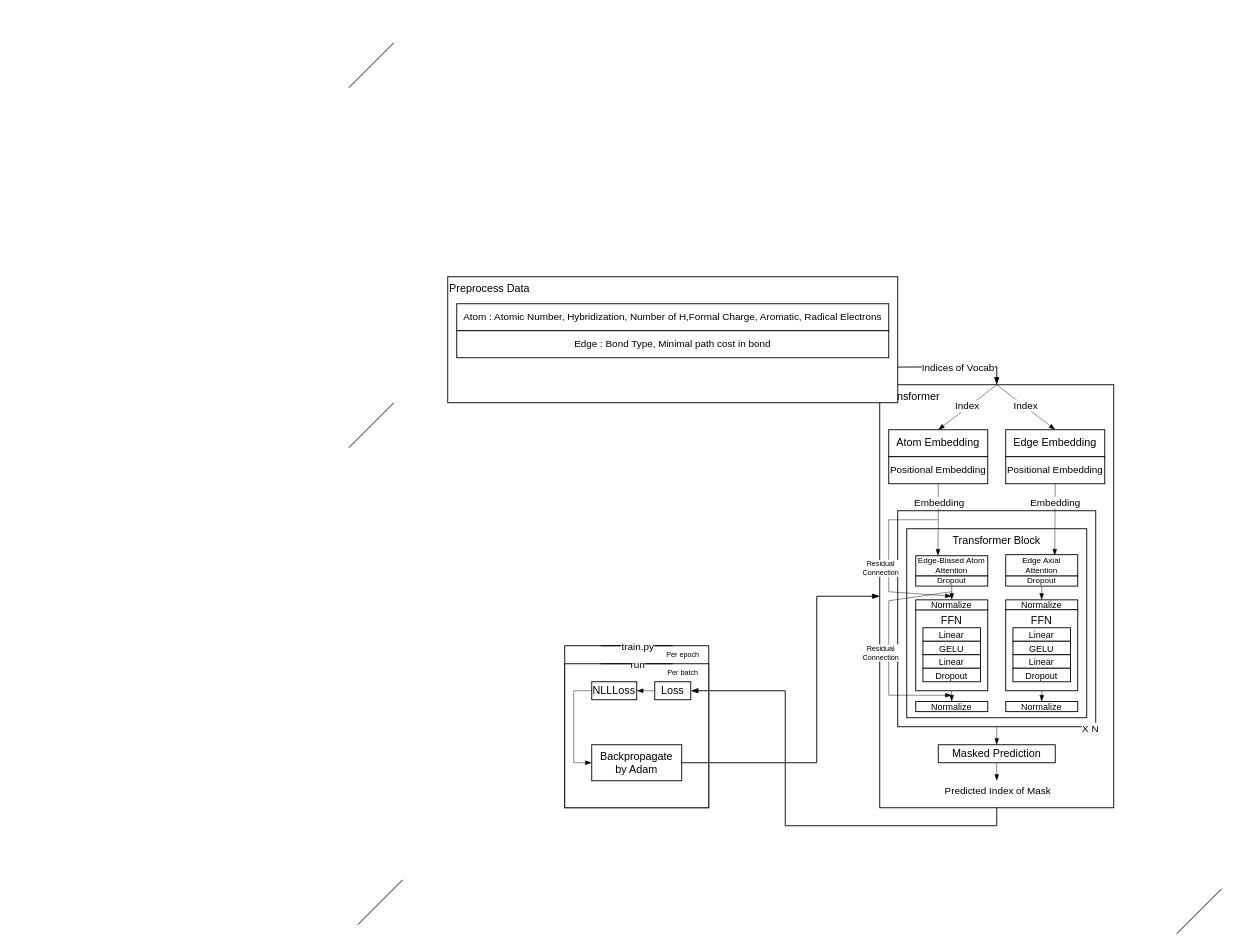
rladbtls1998/public_temp keeps this draw.io diagram as ligemb_model_structure_2.drawio. Above is the earlier version. Source tidied: cells renumbered, new cells numbered last; positions are measured from the earlier drawing's top-left corner, leaving out a move shared by most shapes. Both pictures are drawn from the tidied source at 90%, with x=0, y=0 at pixel (348, 42).
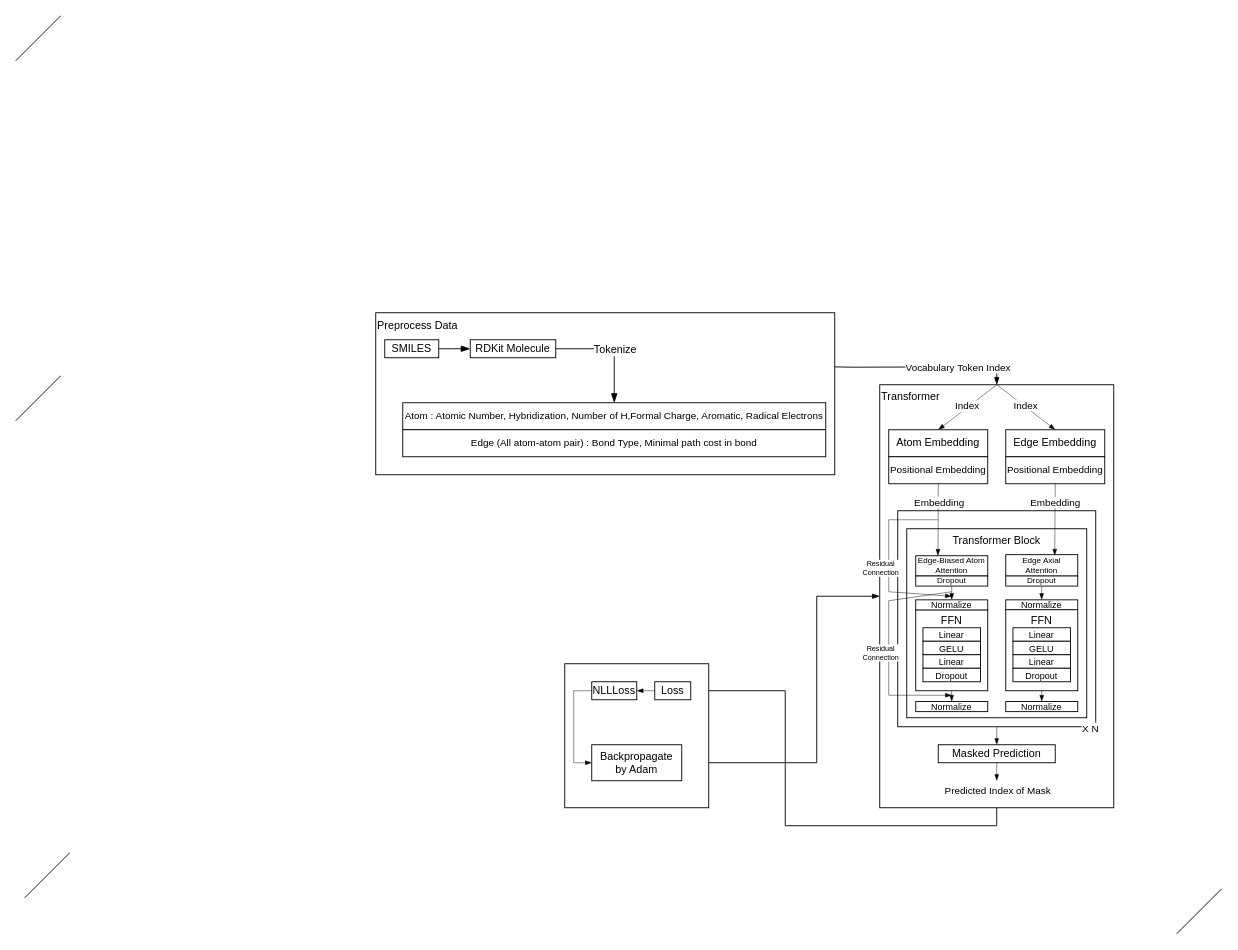
Above is the later version.

Commit message:
ligemb_presentation

The change refers to these unchanged cells:
```xml
<mxCell id="5" style="rounded=0;jettySize=auto;html=1;entryX=0.5;entryY=0;entryDx=0;entryDy=0;edgeStyle=orthogonalEdgeStyle;elbow=vertical;endArrow=blockThin;endFill=1;" parent="1" edge="1" target="2">
  <mxGeometry relative="1" as="geometry">
    <mxPoint x="530" y="360" as="sourcePoint" />
  </mxGeometry>
</mxCell>
```

The edit, as a diff of the source:
```diff
@@
-    <mxCell id="6" value="Indices of Vocab" style="edgeLabel;html=1;align=center;verticalAlign=middle;" parent="5" vertex="1">
+    <mxCell id="6" value="Vocabulary Token Index" style="edgeLabel;html=1;align=center;verticalAlign=middle;" parent="5" vertex="1">
       <mxGeometry x="0.4" relative="1" as="geometry" />
     </mxCell>
@@
-    <mxCell id="13" style="group;" parent="1" vertex="1">
-      <mxGeometry x="240" y="670" width="160" height="180" as="geometry" />
-    </mxCell>
-    <mxCell id="14" style="rounded=0;whiteSpace=wrap;html=1;verticalAlign=top;align=left;spacingLeft=1;" parent="13" vertex="1">
-      <mxGeometry width="160" height="180" as="geometry" />
-    </mxCell>
-    <mxCell id="15" style="endArrow=none;html=1;rounded=0;entryX=0.75;entryY=0;entryDx=0;entryDy=0;exitX=0.25;exitY=0;exitDx=0;exitDy=0;" parent="13" edge="1" source="14" target="14">
-      <mxGeometry relative="1" as="geometry" />
-    </mxCell>
-    <mxCell id="16" value="train.py" style="edgeLabel;html=1;align=center;verticalAlign=middle;" parent="15" vertex="1">
-      <mxGeometry relative="1" as="geometry" />
-    </mxCell>
-    <mxCell id="17" style="endArrow=none;html=1;rounded=0;exitX=0.448;exitY=0;exitDx=0;exitDy=0;exitPerimeter=0;entryX=0.528;entryY=0;entryDx=0;entryDy=0;entryPerimeter=0;fontSize=7;" parent="13" edge="1">
-      <mxGeometry relative="1" as="geometry">
-        <mxPoint x="118" y="9.8" as="sourcePoint" />
-        <mxPoint x="142" y="9.8" as="targetPoint" />
-      </mxGeometry>
-    </mxCell>
-    <mxCell id="18" value="Per epoch" style="edgeLabel;html=1;align=center;verticalAlign=middle;fontSize=8;" parent="17" vertex="1">
-      <mxGeometry relative="1" as="geometry" />
-    </mxCell>
-    <mxCell id="19" style="rounded=0;whiteSpace=wrap;html=1;verticalAlign=top;align=left;" parent="13" vertex="1">
-      <mxGeometry y="20" width="160" height="160" as="geometry" />
-    </mxCell>
-    <mxCell id="20" style="endArrow=none;html=1;rounded=0;entryX=0.75;entryY=0;entryDx=0;entryDy=0;exitX=0.25;exitY=0;exitDx=0;exitDy=0;" parent="13" edge="1" source="19" target="19">
-      <mxGeometry relative="1" as="geometry" />
-    </mxCell>
-    <mxCell id="21" value="run" style="edgeLabel;html=1;align=center;verticalAlign=middle;" parent="20" vertex="1">
-      <mxGeometry relative="1" as="geometry" />
-    </mxCell>
-    <mxCell id="22" style="endArrow=none;html=1;rounded=0;exitX=0.448;exitY=0;exitDx=0;exitDy=0;exitPerimeter=0;entryX=0.528;entryY=0;entryDx=0;entryDy=0;entryPerimeter=0;fontSize=7;" parent="13" edge="1">
-      <mxGeometry relative="1" as="geometry">
-        <mxPoint x="118" y="29.8" as="sourcePoint" />
-        <mxPoint x="142" y="29.8" as="targetPoint" />
-      </mxGeometry>
-    </mxCell>
-    <mxCell id="23" value="Per batch" style="edgeLabel;html=1;align=center;verticalAlign=middle;fontSize=8;" parent="22" vertex="1">
-      <mxGeometry relative="1" as="geometry" />
-    </mxCell>
-    <mxCell id="24" value="Loss" style="rounded=0;whiteSpace=wrap;html=1;" parent="13" vertex="1">
-      <mxGeometry x="100" y="40" width="40" height="20" as="geometry" />
-    </mxCell>
-    <mxCell id="25" style="edgeStyle=orthogonalEdgeStyle;rounded=0;jettySize=auto;html=1;exitX=0;exitY=0.5;exitDx=0;exitDy=0;entryX=1;entryY=0.5;entryDx=0;entryDy=0;strokeWidth=0.5;endArrow=blockThin;endFill=1;" parent="13" edge="1" source="24" target="27">
-      <mxGeometry relative="1" as="geometry" />
-    </mxCell>
-    <mxCell id="26" style="edgeStyle=orthogonalEdgeStyle;rounded=0;jettySize=auto;html=1;exitX=0;exitY=0.5;exitDx=0;exitDy=0;entryX=0;entryY=0.5;entryDx=0;entryDy=0;strokeWidth=0.5;endArrow=blockThin;endFill=1;" parent="13" edge="1" source="27" target="28">
-      <mxGeometry relative="1" as="geometry" />
-    </mxCell>
-    <mxCell id="27" value="NLLLoss" style="rounded=0;whiteSpace=wrap;html=1;" parent="13" vertex="1">
-      <mxGeometry x="30" y="40" width="50" height="20" as="geometry" />
-    </mxCell>
-    <mxCell id="28" value="Backpropagate&lt;div&gt;by Adam&lt;/div&gt;" style="rounded=0;whiteSpace=wrap;html=1;" parent="13" vertex="1">
-      <mxGeometry x="30" y="110" width="100" height="40" as="geometry" />
-    </mxCell>
@@
     <mxCell id="31" style="endArrow=none;html=1;rounded=0;" parent="1" edge="1">
       <mxGeometry relative="1" as="geometry">
-        <mxPoint y="450" as="sourcePoint" />
-        <mxPoint x="50" y="400" as="targetPoint" />
+        <mxPoint x="-370" y="420" as="sourcePoint" />
+        <mxPoint x="-320" y="370" as="targetPoint" />
       </mxGeometry>
     </mxCell>
@@
     <mxCell id="74" style="endArrow=none;html=1;rounded=0;" parent="1" edge="1">
       <mxGeometry relative="1" as="geometry">
-        <mxPoint y="50" as="sourcePoint" />
-        <mxPoint x="50" as="targetPoint" />
+        <mxPoint x="-370" y="20" as="sourcePoint" />
+        <mxPoint x="-320" y="-30" as="targetPoint" />
       </mxGeometry>
     </mxCell>
     <mxCell id="75" style="endArrow=none;html=1;rounded=0;" parent="1" edge="1">
       <mxGeometry relative="1" as="geometry">
-        <mxPoint x="10" y="980" as="sourcePoint" />
-        <mxPoint x="60" y="930" as="targetPoint" />
+        <mxPoint x="-360" y="950" as="sourcePoint" />
+        <mxPoint x="-310" y="900" as="targetPoint" />
       </mxGeometry>
     </mxCell>
@@
     <mxCell id="77" style="group;" parent="1" vertex="1">
-      <mxGeometry x="110" y="260" width="500" height="140" as="geometry" />
+      <mxGeometry x="30" y="300" width="510" height="180" as="geometry" />
     </mxCell>
     <mxCell id="78" value="Preprocess Data" style="rounded=0;whiteSpace=wrap;html=1;verticalAlign=top;align=left;" parent="77" vertex="1">
-      <mxGeometry width="500" height="140" as="geometry" />
+      <mxGeometry width="510" height="180" as="geometry" />
     </mxCell>
+    <mxCell id="81" value="SMILES" style="rounded=0;whiteSpace=wrap;html=1;" parent="77" vertex="1">
+      <mxGeometry x="10" y="30" width="60" height="20" as="geometry" />
+    </mxCell>
+    <mxCell id="82" style="edgeStyle=none;curved=1;rounded=0;jettySize=auto;html=1;exitX=1;exitY=0.5;exitDx=0;exitDy=0;entryX=0;entryY=0.5;entryDx=0;entryDy=0;fontSize=12;startSize=8;endSize=8;endArrow=blockThin;endFill=1;" parent="77" edge="1" source="81" target="85">
+      <mxGeometry relative="1" as="geometry" />
+    </mxCell>
+    <mxCell id="83" style="edgeStyle=elbowEdgeStyle;rounded=0;jettySize=auto;html=1;exitX=1;exitY=0.5;exitDx=0;exitDy=0;entryX=0.5;entryY=0;entryDx=0;entryDy=0;fontSize=12;startSize=8;endSize=8;elbow=vertical;endArrow=blockThin;endFill=1;" parent="77" edge="1" source="85" target="79">
+      <mxGeometry relative="1" as="geometry">
+        <Array as="points">
+          <mxPoint x="225" y="40" />
+        </Array>
+      </mxGeometry>
+    </mxCell>
+    <mxCell id="84" value="Tokenize" style="edgeLabel;html=1;align=center;verticalAlign=middle;fontSize=12;" parent="83" vertex="1">
+      <mxGeometry x="0.37" y="4" relative="1" as="geometry">
+        <mxPoint x="-4" y="-21" as="offset" />
+      </mxGeometry>
+    </mxCell>
+    <mxCell id="85" value="RDKit Molecule" style="rounded=0;whiteSpace=wrap;html=1;" parent="77" vertex="1">
+      <mxGeometry x="105" y="30" width="95" height="20" as="geometry" />
+    </mxCell>
+    <mxCell id="86" style="group;fontSize=10;" parent="77" vertex="1">
+      <mxGeometry x="20" y="100" width="480" height="70" as="geometry" />
+    </mxCell>
-    <mxCell id="79" value="Atom : Atomic Number, Hybridization, Number of H,Formal Charge, Aromatic, Radical Electrons" style="rounded=0;whiteSpace=wrap;html=1;fontSize=11;" parent="77" vertex="1">
-      <mxGeometry x="10" y="30" width="480" height="30" as="geometry" />
+    <mxCell id="79" value="Atom : Atomic Number, Hybridization, Number of H,Formal Charge, Aromatic, Radical Electrons" style="rounded=0;whiteSpace=wrap;html=1;fontSize=11;" parent="86" vertex="1">
+      <mxGeometry x="10" width="470" height="30" as="geometry" />
     </mxCell>
-    <mxCell id="80" value="Edge : Bond Type, Minimal path cost in bond" style="rounded=0;whiteSpace=wrap;html=1;fontSize=11;" parent="77" vertex="1">
-      <mxGeometry x="10" y="60" width="480" height="30" as="geometry" />
+    <mxCell id="80" value="Edge (All atom-atom pair) : Bond Type, Minimal path cost in bond" style="rounded=0;whiteSpace=wrap;html=1;fontSize=11;" parent="86" vertex="1">
+      <mxGeometry x="10" y="30" width="470" height="30" as="geometry" />
     </mxCell>
+    <mxCell id="87" style="group;" parent="1" vertex="1">
+      <mxGeometry x="240" y="690" width="160" height="160" as="geometry" />
+    </mxCell>
+    <mxCell id="19" style="rounded=0;whiteSpace=wrap;html=1;verticalAlign=top;align=left;" parent="87" vertex="1">
+      <mxGeometry width="160" height="160" as="geometry" />
+    </mxCell>
+    <mxCell id="24" value="Loss" style="rounded=0;whiteSpace=wrap;html=1;" parent="87" vertex="1">
+      <mxGeometry x="100" y="20" width="40" height="20" as="geometry" />
+    </mxCell>
+    <mxCell id="25" style="edgeStyle=orthogonalEdgeStyle;rounded=0;jettySize=auto;html=1;exitX=0;exitY=0.5;exitDx=0;exitDy=0;entryX=1;entryY=0.5;entryDx=0;entryDy=0;strokeWidth=0.5;endArrow=blockThin;endFill=1;" parent="87" edge="1" source="24" target="27">
+      <mxGeometry relative="1" as="geometry" />
+    </mxCell>
+    <mxCell id="26" style="edgeStyle=orthogonalEdgeStyle;rounded=0;jettySize=auto;html=1;exitX=0;exitY=0.5;exitDx=0;exitDy=0;entryX=0;entryY=0.5;entryDx=0;entryDy=0;strokeWidth=0.5;endArrow=blockThin;endFill=1;" parent="87" edge="1" source="27" target="28">
+      <mxGeometry relative="1" as="geometry" />
+    </mxCell>
+    <mxCell id="27" value="NLLLoss" style="rounded=0;whiteSpace=wrap;html=1;" parent="87" vertex="1">
+      <mxGeometry x="30" y="20" width="50" height="20" as="geometry" />
+    </mxCell>
+    <mxCell id="28" value="Backpropagate&lt;div&gt;by Adam&lt;/div&gt;" style="rounded=0;whiteSpace=wrap;html=1;" parent="87" vertex="1">
+      <mxGeometry x="30" y="90" width="100" height="40" as="geometry" />
+    </mxCell>
```
